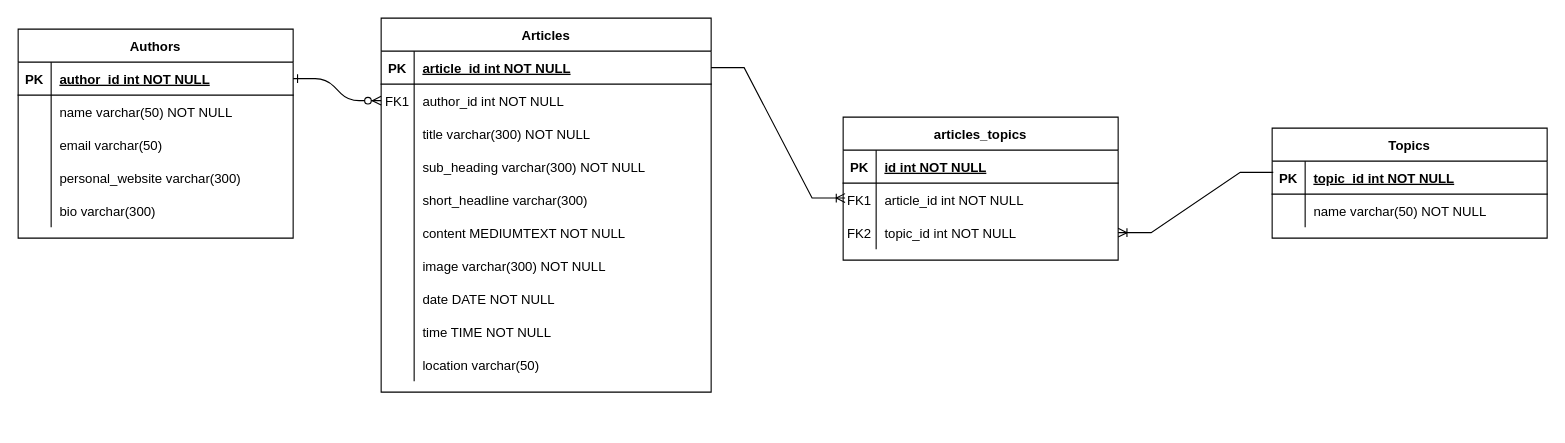
Earlier version of the draw.io diagram news_site.drawio (finn-nankivell2/integrated-project-y1). Source tidied: cells renumbered, new cells numbered last; positions are measured from the earlier drawing's top-left corner, leaving out a move shared by most shapes. Both pictures are drawn from the tidied source at 110%, with x=0, y=0 at pixel (18, 18).
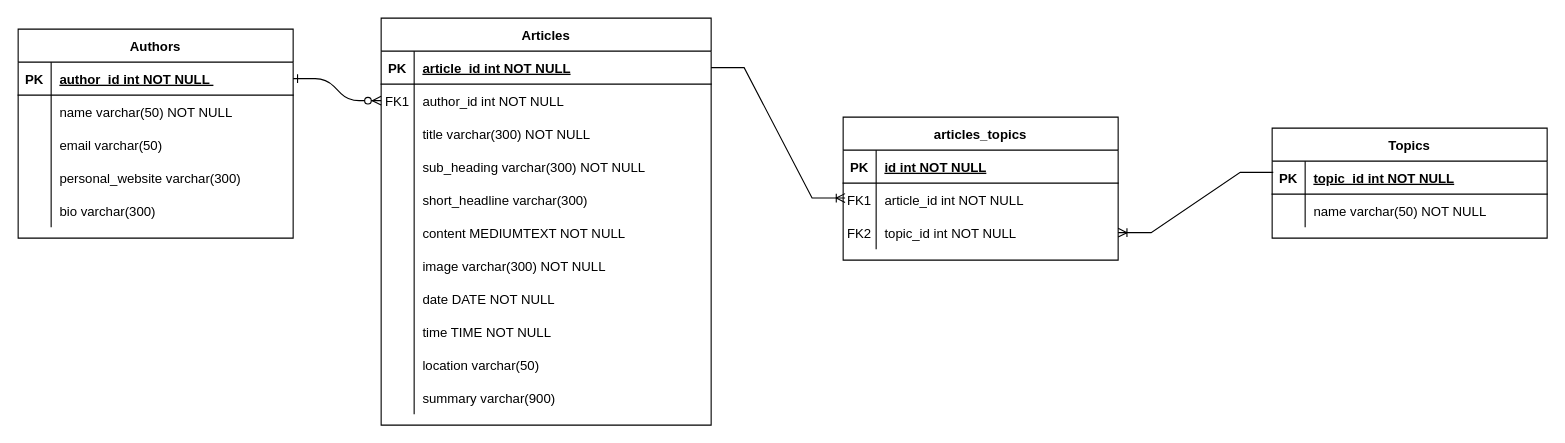
Above is the later version.

The change refers to these unchanged cells:
```xml
<mxCell id="35" style="shape=partialRectangle;fillColor=none;points=[[0,0.5],[1,0.5]];portConstraint=eastwest;top=0;left=0;right=0;bottom=1;" parent="34" vertex="1">
  <mxGeometry y="30" width="250" height="30" as="geometry" />
</mxCell>
```

Change to the diagram source:
```diff
@@
     <mxCell id="3" value="Articles" style="shape=table;startSize=30;childLayout=tableLayout;rowLines=0;fontStyle=1;align=center;" parent="1" vertex="1">
-      <mxGeometry x="330" width="300" height="340" as="geometry" />
+      <mxGeometry x="330" width="300" height="370" as="geometry" />
     </mxCell>
@@
+    <mxCell id="69" style="shape=partialRectangle;fillColor=none;top=0;left=0;right=0;bottom=0;" parent="3" vertex="1">
+      <mxGeometry y="330" width="300" height="30" as="geometry" />
+    </mxCell>
+    <mxCell id="70" style="shape=partialRectangle;overflow=hidden;fillColor=none;top=0;left=0;bottom=0;right=0;" parent="69" vertex="1">
+      <mxGeometry width="30" height="30" as="geometry" />
+    </mxCell>
+    <mxCell id="71" value="summary varchar(900)" style="shape=partialRectangle;overflow=hidden;fillColor=none;top=0;left=0;bottom=0;right=0;align=left;spacingLeft=6;" parent="69" vertex="1">
+      <mxGeometry x="30" width="270" height="30" as="geometry" />
+    </mxCell>
@@
-    <mxCell id="37" value="author_id int NOT NULL " style="shape=partialRectangle;overflow=hidden;fillColor=none;top=0;left=0;bottom=0;right=0;align=left;spacingLeft=6;fontStyle=5;" parent="35" vertex="1">
+    <mxCell id="37" value="author_id int NOT NULL " style="shape=partialRectangle;overflow=hidden;fillColor=none;top=0;left=0;bottom=0;right=0;align=left;spacingLeft=6;fontStyle=5;" parent="35" vertex="1">
       <mxGeometry x="30" width="220" height="30" as="geometry" />
     </mxCell>
```
